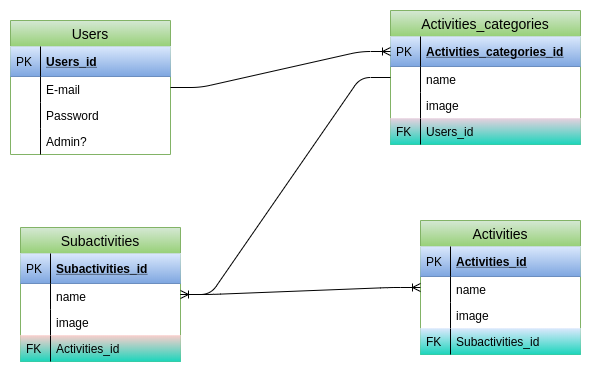
Before: modelo_lógico.png, a diagram exported from draw.io (Coke1412/Random_activities_app). Source tidied: cells renumbered, new cells last; positions are measured from the earlier drawing's top-left corner, leaving out a move shared by most shapes.
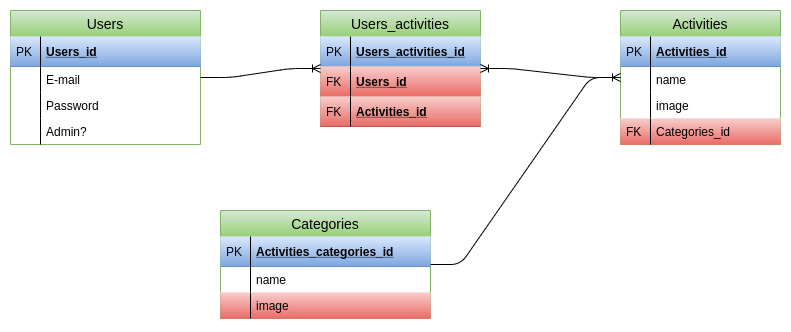
After the commit.

Diff of the diagram source:
```diff
@@ -1,123 +1,111 @@
 <mxGraphModel>
   <root>
-    <mxCell id="0" />
-    <mxCell id="1" parent="0" />
+    <mxCell id="41" />
+    <mxCell id="42" parent="41" />
-    <mxCell id="2" value="Users" style="swimlane;fontStyle=0;horizontal=1;startSize=26;fillColor=#d5e8d4;swimlaneFillColor=#ffffff;align=center;fontSize=14;strokeColor=#82b366;gradientColor=#97d077;" parent="1" vertex="1">
-      <mxGeometry y="10" width="160" height="134" as="geometry" />
+    <mxCell id="2" value="Users" style="swimlane;fontStyle=0;horizontal=1;startSize=26;fillColor=#d5e8d4;swimlaneFillColor=#ffffff;align=center;fontSize=14;strokeColor=#82b366;gradientColor=#97d077;" parent="42" vertex="1">
+      <mxGeometry x="10" y="40" width="190" height="134" as="geometry" />
     </mxCell>
     <mxCell id="3" value="Users_id" style="shape=partialRectangle;top=0;left=0;right=0;bottom=1;align=left;verticalAlign=middle;fillColor=#dae8fc;spacingLeft=34;spacingRight=4;overflow=hidden;fontStyle=5;fontSize=12;gradientColor=#7ea6e0;strokeColor=#6c8ebf;" parent="2" vertex="1">
-      <mxGeometry y="26" width="160" height="30" as="geometry" />
+      <mxGeometry y="26" width="190" height="30" as="geometry" />
     </mxCell>
-    <mxCell id="4" value="PK" style="shape=partialRectangle;top=0;left=0;bottom=0;fillColor=none;align=left;verticalAlign=middle;spacingLeft=4;spacingRight=4;overflow=hidden;fontSize=12;" parent="3" vertex="1">
-      <mxGeometry width="30" height="30" as="geometry" />
-    </mxCell>
+    <mxCell id="43" value="PK" style="shape=partialRectangle;top=0;left=0;bottom=0;fillColor=none;align=left;verticalAlign=middle;spacingLeft=4;spacingRight=4;overflow=hidden;fontSize=12;" parent="3" vertex="1">
+      <mxGeometry width="30" height="30" as="geometry" />
+    </mxCell>
     <mxCell id="5" value="E-mail" style="shape=partialRectangle;top=0;left=0;right=0;bottom=0;align=left;verticalAlign=top;fillColor=none;spacingLeft=34;spacingRight=4;overflow=hidden;fontSize=12;" parent="2" vertex="1">
-      <mxGeometry y="56" width="160" height="26" as="geometry" />
+      <mxGeometry y="56" width="190" height="26" as="geometry" />
     </mxCell>
-    <mxCell id="6" style="shape=partialRectangle;top=0;left=0;bottom=0;fillColor=none;align=left;verticalAlign=top;spacingLeft=4;spacingRight=4;overflow=hidden;fontSize=12;" parent="5" vertex="1">
-      <mxGeometry width="30" height="26" as="geometry" />
-    </mxCell>
+    <mxCell id="44" style="shape=partialRectangle;top=0;left=0;bottom=0;fillColor=none;align=left;verticalAlign=top;spacingLeft=4;spacingRight=4;overflow=hidden;fontSize=12;" parent="5" vertex="1">
+      <mxGeometry width="30" height="26" as="geometry" />
+    </mxCell>
     <mxCell id="7" value="Password" style="shape=partialRectangle;top=0;left=0;right=0;bottom=0;align=left;verticalAlign=top;fillColor=none;spacingLeft=34;spacingRight=4;overflow=hidden;fontSize=12;" parent="2" vertex="1">
-      <mxGeometry y="82" width="160" height="26" as="geometry" />
+      <mxGeometry y="82" width="190" height="26" as="geometry" />
     </mxCell>
-    <mxCell id="8" style="shape=partialRectangle;top=0;left=0;bottom=0;fillColor=none;align=left;verticalAlign=top;spacingLeft=4;spacingRight=4;overflow=hidden;fontSize=12;" parent="7" vertex="1">
-      <mxGeometry width="30" height="26" as="geometry" />
-    </mxCell>
+    <mxCell id="45" style="shape=partialRectangle;top=0;left=0;bottom=0;fillColor=none;align=left;verticalAlign=top;spacingLeft=4;spacingRight=4;overflow=hidden;fontSize=12;" parent="7" vertex="1">
+      <mxGeometry width="30" height="26" as="geometry" />
+    </mxCell>
-    <mxCell id="9" value="Admin?" style="shape=partialRectangle;top=0;left=0;right=0;bottom=0;align=left;verticalAlign=top;fillColor=none;spacingLeft=34;spacingRight=4;overflow=hidden;fontSize=12;" parent="2" vertex="1">
-      <mxGeometry y="108" width="160" height="26" as="geometry" />
+    <mxCell id="9" value="Admin? " style="shape=partialRectangle;top=0;left=0;right=0;bottom=0;align=left;verticalAlign=top;fillColor=none;spacingLeft=34;spacingRight=4;overflow=hidden;fontSize=12;" parent="2" vertex="1">
+      <mxGeometry y="108" width="190" height="26" as="geometry" />
     </mxCell>
-    <mxCell id="10" style="shape=partialRectangle;top=0;left=0;bottom=0;fillColor=none;align=left;verticalAlign=top;spacingLeft=4;spacingRight=4;overflow=hidden;fontSize=12;" parent="9" vertex="1">
-      <mxGeometry width="30" height="26" as="geometry" />
-    </mxCell>
-    <mxCell id="11" value="Activities_categories" style="swimlane;fontStyle=0;horizontal=1;startSize=26;fillColor=#d5e8d4;swimlaneFillColor=#ffffff;align=center;fontSize=14;gradientColor=#97d077;strokeColor=#82b366;" parent="1" vertex="1">
-      <mxGeometry x="380" width="190" height="134" as="geometry" />
-    </mxCell>
+    <mxCell id="46" style="shape=partialRectangle;top=0;left=0;bottom=0;fillColor=none;align=left;verticalAlign=top;spacingLeft=4;spacingRight=4;overflow=hidden;fontSize=12;" parent="9" vertex="1">
+      <mxGeometry width="30" height="26" as="geometry" />
+    </mxCell>
+    <mxCell id="47" value="Categories" style="swimlane;fontStyle=0;horizontal=1;startSize=26;fillColor=#d5e8d4;swimlaneFillColor=#ffffff;align=center;fontSize=14;gradientColor=#97d077;strokeColor=#82b366;" parent="42" vertex="1">
+      <mxGeometry x="220" y="240" width="210" height="108" as="geometry" />
+    </mxCell>
-    <mxCell id="12" value="Activities_categories_id" style="shape=partialRectangle;top=0;left=0;right=0;bottom=1;align=left;verticalAlign=middle;fillColor=#dae8fc;spacingLeft=34;spacingRight=4;overflow=hidden;points=[[0,0.5],[1,0.5]];portConstraint=eastwest;fontStyle=5;fontSize=12;gradientColor=#7ea6e0;strokeColor=#6c8ebf;" parent="11" vertex="1">
-      <mxGeometry y="26" width="190" height="30" as="geometry" />
+    <mxCell id="12" value="Activities_categories_id" style="shape=partialRectangle;top=0;left=0;right=0;bottom=1;align=left;verticalAlign=middle;fillColor=#dae8fc;spacingLeft=34;spacingRight=4;overflow=hidden;points=[[0,0.5],[1,0.5]];portConstraint=eastwest;fontStyle=5;fontSize=12;gradientColor=#7ea6e0;strokeColor=#6c8ebf;" parent="47" vertex="1">
+      <mxGeometry y="26" width="210" height="30" as="geometry" />
     </mxCell>
-    <mxCell id="13" value="PK" style="shape=partialRectangle;top=0;left=0;bottom=0;fillColor=none;align=left;verticalAlign=middle;spacingLeft=4;spacingRight=4;overflow=hidden;fontSize=12;" parent="12" vertex="1">
-      <mxGeometry width="30" height="30" as="geometry" />
-    </mxCell>
-    <mxCell id="14" value="name" style="shape=partialRectangle;top=0;left=0;right=0;bottom=0;align=left;verticalAlign=top;fillColor=none;spacingLeft=34;spacingRight=4;overflow=hidden;fontSize=12;" parent="11" vertex="1">
-      <mxGeometry y="56" width="190" height="26" as="geometry" />
-    </mxCell>
-    <mxCell id="15" style="shape=partialRectangle;top=0;left=0;bottom=0;fillColor=none;align=left;verticalAlign=top;spacingLeft=4;spacingRight=4;overflow=hidden;fontSize=12;" parent="14" vertex="1">
-      <mxGeometry width="30" height="26" as="geometry" />
-    </mxCell>
-    <mxCell id="16" value="image" style="shape=partialRectangle;top=0;left=0;right=0;bottom=0;align=left;verticalAlign=top;fillColor=none;spacingLeft=34;spacingRight=4;overflow=hidden;fontSize=12;" parent="11" vertex="1">
-      <mxGeometry y="82" width="190" height="26" as="geometry" />
-    </mxCell>
-    <mxCell id="17" style="shape=partialRectangle;top=0;left=0;bottom=0;fillColor=none;align=left;verticalAlign=top;spacingLeft=4;spacingRight=4;overflow=hidden;fontSize=12;" parent="16" vertex="1">
-      <mxGeometry width="30" height="26" as="geometry" />
-    </mxCell>
-    <mxCell id="18" value="Users_id" style="shape=partialRectangle;top=0;left=0;right=0;bottom=0;align=left;verticalAlign=top;fillColor=#e6d0de;spacingLeft=34;spacingRight=4;overflow=hidden;fontSize=12;gradientColor=#1CD5BC;strokeColor=#996185;" parent="11" vertex="1">
-      <mxGeometry y="108" width="190" height="26" as="geometry" />
-    </mxCell>
-    <mxCell id="19" value="FK" style="shape=partialRectangle;top=0;left=0;bottom=0;fillColor=none;align=left;verticalAlign=top;spacingLeft=4;spacingRight=4;overflow=hidden;fontSize=12;" parent="18" vertex="1">
-      <mxGeometry width="30" height="26" as="geometry" />
-    </mxCell>
+    <mxCell id="48" value="PK" style="shape=partialRectangle;top=0;left=0;bottom=0;fillColor=none;align=left;verticalAlign=middle;spacingLeft=4;spacingRight=4;overflow=hidden;fontSize=12;" parent="12" vertex="1">
+      <mxGeometry width="30" height="30" as="geometry" />
+    </mxCell>
+    <mxCell id="49" value="name " style="shape=partialRectangle;top=0;left=0;right=0;bottom=0;align=left;verticalAlign=top;fillColor=none;spacingLeft=34;spacingRight=4;overflow=hidden;fontSize=12;" parent="47" vertex="1">
+      <mxGeometry y="56" width="210" height="26" as="geometry" />
+    </mxCell>
+    <mxCell id="50" style="shape=partialRectangle;top=0;left=0;bottom=0;fillColor=none;align=left;verticalAlign=top;spacingLeft=4;spacingRight=4;overflow=hidden;fontSize=12;" parent="49" vertex="1">
+      <mxGeometry width="30" height="26" as="geometry" />
+    </mxCell>
+    <mxCell id="51" value="image " style="shape=partialRectangle;top=0;left=0;right=0;bottom=0;align=left;verticalAlign=top;fillColor=#f8cecc;spacingLeft=34;spacingRight=4;overflow=hidden;fontSize=12;gradientColor=#ea6b66;strokeColor=#b85450;" parent="47" vertex="1">
+      <mxGeometry y="82" width="210" height="26" as="geometry" />
+    </mxCell>
+    <mxCell id="52" style="shape=partialRectangle;top=0;left=0;bottom=0;fillColor=none;align=left;verticalAlign=top;spacingLeft=4;spacingRight=4;overflow=hidden;fontSize=12;" parent="51" vertex="1">
+      <mxGeometry width="30" height="26" as="geometry" />
+    </mxCell>
-    <mxCell id="20" value="Activities" style="swimlane;fontStyle=0;horizontal=1;startSize=26;fillColor=#d5e8d4;swimlaneFillColor=#ffffff;align=center;fontSize=14;gradientColor=#97d077;strokeColor=#82b366;" parent="1" vertex="1">
-      <mxGeometry x="410" y="210" width="160" height="134" as="geometry" />
+    <mxCell id="20" value="Activities" style="swimlane;fontStyle=0;horizontal=1;startSize=26;fillColor=#d5e8d4;swimlaneFillColor=#ffffff;align=center;fontSize=14;gradientColor=#97d077;strokeColor=#82b366;" parent="42" vertex="1">
+      <mxGeometry x="620" y="40" width="160" height="134" as="geometry" />
     </mxCell>
     <mxCell id="21" value="Activities_id" style="shape=partialRectangle;top=0;left=0;right=0;bottom=1;align=left;verticalAlign=middle;spacingLeft=34;spacingRight=4;overflow=hidden;fontStyle=5;fontSize=12;fillColor=#dae8fc;strokeColor=#6c8ebf;gradientColor=#7ea6e0;" parent="20" vertex="1">
       <mxGeometry y="26" width="160" height="30" as="geometry" />
     </mxCell>
-    <mxCell id="22" value="PK" style="shape=partialRectangle;top=0;left=0;bottom=0;fillColor=none;align=left;verticalAlign=middle;spacingLeft=4;spacingRight=4;overflow=hidden;fontSize=12;" parent="21" vertex="1">
-      <mxGeometry width="30" height="30" as="geometry" />
-    </mxCell>
-    <mxCell id="23" value="name" style="shape=partialRectangle;top=0;left=0;right=0;bottom=0;align=left;verticalAlign=top;fillColor=none;spacingLeft=34;spacingRight=4;overflow=hidden;fontSize=12;" parent="20" vertex="1">
-      <mxGeometry y="56" width="160" height="26" as="geometry" />
-    </mxCell>
-    <mxCell id="24" style="shape=partialRectangle;top=0;left=0;bottom=0;fillColor=none;align=left;verticalAlign=top;spacingLeft=4;spacingRight=4;overflow=hidden;fontSize=12;" parent="23" vertex="1">
-      <mxGeometry width="30" height="26" as="geometry" />
-    </mxCell>
-    <mxCell id="25" value="image" style="shape=partialRectangle;top=0;left=0;right=0;bottom=0;align=left;verticalAlign=top;fillColor=none;spacingLeft=34;spacingRight=4;overflow=hidden;fontSize=12;" parent="20" vertex="1">
-      <mxGeometry y="82" width="160" height="26" as="geometry" />
-    </mxCell>
-    <mxCell id="26" style="shape=partialRectangle;top=0;left=0;bottom=0;fillColor=none;align=left;verticalAlign=top;spacingLeft=4;spacingRight=4;overflow=hidden;fontSize=12;" parent="25" vertex="1">
-      <mxGeometry width="30" height="26" as="geometry" />
-    </mxCell>
-    <mxCell id="27" value="Subactivities_id" style="shape=partialRectangle;top=0;left=0;right=0;bottom=0;align=left;verticalAlign=top;fillColor=#dae8fc;spacingLeft=34;spacingRight=4;overflow=hidden;fontSize=12;gradientColor=#1CD5BC;strokeColor=#6c8ebf;" parent="20" vertex="1">
-      <mxGeometry y="108" width="160" height="26" as="geometry" />
-    </mxCell>
-    <mxCell id="28" value="FK" style="shape=partialRectangle;top=0;left=0;bottom=0;fillColor=none;align=left;verticalAlign=top;spacingLeft=4;spacingRight=4;overflow=hidden;fontSize=12;" parent="27" vertex="1">
-      <mxGeometry width="30" height="26" as="geometry" />
-    </mxCell>
-    <mxCell id="29" style="edgeStyle=entityRelationEdgeStyle;fontSize=12;html=1;endArrow=ERoneToMany;" parent="1" edge="1" source="2" target="12">
-      <mxGeometry relative="1" as="geometry" />
-    </mxCell>
-    <mxCell id="30" value="Subactivities" style="swimlane;fontStyle=0;horizontal=1;startSize=26;fillColor=#d5e8d4;swimlaneFillColor=#ffffff;align=center;fontSize=14;gradientColor=#97d077;strokeColor=#82b366;" parent="1" vertex="1">
-      <mxGeometry x="10" y="217" width="160" height="134" as="geometry" />
-    </mxCell>
-    <mxCell id="31" value="Subactivities_id" style="shape=partialRectangle;top=0;left=0;right=0;bottom=1;align=left;verticalAlign=middle;fillColor=#dae8fc;spacingLeft=34;spacingRight=4;overflow=hidden;fontStyle=5;fontSize=12;gradientColor=#7ea6e0;strokeColor=#6c8ebf;" parent="30" vertex="1">
-      <mxGeometry y="26" width="160" height="30" as="geometry" />
-    </mxCell>
-    <mxCell id="32" value="PK" style="shape=partialRectangle;top=0;left=0;bottom=0;fillColor=none;align=left;verticalAlign=middle;spacingLeft=4;spacingRight=4;overflow=hidden;fontSize=12;" parent="31" vertex="1">
-      <mxGeometry width="30" height="30" as="geometry" />
-    </mxCell>
-    <mxCell id="33" value="name" style="shape=partialRectangle;top=0;left=0;right=0;bottom=0;align=left;verticalAlign=top;fillColor=none;spacingLeft=34;spacingRight=4;overflow=hidden;fontSize=12;" parent="30" vertex="1">
-      <mxGeometry y="56" width="160" height="26" as="geometry" />
-    </mxCell>
-    <mxCell id="34" style="shape=partialRectangle;top=0;left=0;bottom=0;fillColor=none;align=left;verticalAlign=top;spacingLeft=4;spacingRight=4;overflow=hidden;fontSize=12;" parent="33" vertex="1">
-      <mxGeometry width="30" height="26" as="geometry" />
-    </mxCell>
-    <mxCell id="35" value="image" style="shape=partialRectangle;top=0;left=0;right=0;bottom=0;align=left;verticalAlign=top;fillColor=none;spacingLeft=34;spacingRight=4;overflow=hidden;fontSize=12;" parent="30" vertex="1">
-      <mxGeometry y="82" width="160" height="26" as="geometry" />
-    </mxCell>
-    <mxCell id="36" style="shape=partialRectangle;top=0;left=0;bottom=0;fillColor=none;align=left;verticalAlign=top;spacingLeft=4;spacingRight=4;overflow=hidden;fontSize=12;" parent="35" vertex="1">
-      <mxGeometry width="30" height="26" as="geometry" />
-    </mxCell>
+    <mxCell id="53" value="PK" style="shape=partialRectangle;top=0;left=0;bottom=0;fillColor=none;align=left;verticalAlign=middle;spacingLeft=4;spacingRight=4;overflow=hidden;fontSize=12;" parent="21" vertex="1">
+      <mxGeometry width="30" height="30" as="geometry" />
+    </mxCell>
+    <mxCell id="54" value="name " style="shape=partialRectangle;top=0;left=0;right=0;bottom=0;align=left;verticalAlign=top;fillColor=none;spacingLeft=34;spacingRight=4;overflow=hidden;fontSize=12;" parent="20" vertex="1">
+      <mxGeometry y="56" width="160" height="26" as="geometry" />
+    </mxCell>
+    <mxCell id="55" style="shape=partialRectangle;top=0;left=0;bottom=0;fillColor=none;align=left;verticalAlign=top;spacingLeft=4;spacingRight=4;overflow=hidden;fontSize=12;" parent="54" vertex="1">
+      <mxGeometry width="30" height="26" as="geometry" />
+    </mxCell>
+    <mxCell id="56" value="image" style="shape=partialRectangle;top=0;left=0;right=0;bottom=0;align=left;verticalAlign=top;fillColor=none;spacingLeft=34;spacingRight=4;overflow=hidden;fontSize=12;" parent="20" vertex="1">
+      <mxGeometry y="82" width="160" height="26" as="geometry" />
+    </mxCell>
+    <mxCell id="57" style="shape=partialRectangle;top=0;left=0;bottom=0;fillColor=none;align=left;verticalAlign=top;spacingLeft=4;spacingRight=4;overflow=hidden;fontSize=12;" parent="56" vertex="1">
+      <mxGeometry width="30" height="26" as="geometry" />
+    </mxCell>
+    <mxCell id="58" value="Categories_id" style="shape=partialRectangle;top=0;left=0;right=0;bottom=0;align=left;verticalAlign=top;fillColor=#f8cecc;spacingLeft=34;spacingRight=4;overflow=hidden;fontSize=12;strokeColor=#b85450;gradientColor=#ea6b66;" parent="20" vertex="1">
+      <mxGeometry y="108" width="160" height="26" as="geometry" />
+    </mxCell>
+    <mxCell id="59" value="FK" style="shape=partialRectangle;top=0;left=0;bottom=0;fillColor=none;align=left;verticalAlign=top;spacingLeft=4;spacingRight=4;overflow=hidden;fontSize=12;" parent="58" vertex="1">
+      <mxGeometry width="30" height="26" as="geometry" />
+    </mxCell>
+    <mxCell id="60" value="Users_activities" style="swimlane;fontStyle=0;horizontal=1;startSize=26;fillColor=#d5e8d4;swimlaneFillColor=#ffffff;align=center;fontSize=14;strokeColor=#82b366;gradientColor=#97d077;" parent="42" vertex="1">
+      <mxGeometry x="320" y="40" width="160" height="116" as="geometry" />
+    </mxCell>
+    <mxCell id="61" value="Users_activities_id" style="shape=partialRectangle;top=0;left=0;right=0;bottom=1;align=left;verticalAlign=middle;fillColor=#dae8fc;spacingLeft=34;spacingRight=4;overflow=hidden;fontStyle=5;fontSize=12;gradientColor=#7ea6e0;strokeColor=#6c8ebf;" parent="60" vertex="1">
+      <mxGeometry y="26" width="160" height="30" as="geometry" />
+    </mxCell>
+    <mxCell id="62" value="PK" style="shape=partialRectangle;top=0;left=0;bottom=0;fillColor=none;align=left;verticalAlign=middle;spacingLeft=4;spacingRight=4;overflow=hidden;fontSize=12;" parent="61" vertex="1">
+      <mxGeometry width="30" height="30" as="geometry" />
+    </mxCell>
+    <mxCell id="18" value="Users_id" style="shape=partialRectangle;top=0;left=0;right=0;bottom=1;align=left;verticalAlign=middle;fillColor=#f8cecc;spacingLeft=34;spacingRight=4;overflow=hidden;fontStyle=5;fontSize=12;gradientColor=#ea6b66;strokeColor=#b85450;" parent="60" vertex="1">
+      <mxGeometry y="56" width="160" height="30" as="geometry" />
+    </mxCell>
+    <mxCell id="63" value="FK" style="shape=partialRectangle;top=0;left=0;bottom=0;fillColor=none;align=left;verticalAlign=middle;spacingLeft=4;spacingRight=4;overflow=hidden;fontSize=12;" parent="18" vertex="1">
+      <mxGeometry width="30" height="30" as="geometry" />
+    </mxCell>
-    <mxCell id="37" value="Activities_id" style="shape=partialRectangle;top=0;left=0;right=0;bottom=0;align=left;verticalAlign=top;fillColor=#f8cecc;spacingLeft=34;spacingRight=4;overflow=hidden;fontSize=12;gradientColor=#1CD5BC;strokeColor=#b85450;" parent="30" vertex="1">
-      <mxGeometry y="108" width="160" height="26" as="geometry" />
+    <mxCell id="37" value="Activities_id" style="shape=partialRectangle;top=0;left=0;right=0;bottom=1;align=left;verticalAlign=middle;fillColor=#f8cecc;spacingLeft=34;spacingRight=4;overflow=hidden;fontStyle=5;fontSize=12;gradientColor=#ea6b66;strokeColor=#b85450;" parent="60" vertex="1">
+      <mxGeometry y="86" width="160" height="30" as="geometry" />
     </mxCell>
-    <mxCell id="38" value="FK" style="shape=partialRectangle;top=0;left=0;bottom=0;fillColor=none;align=left;verticalAlign=top;spacingLeft=4;spacingRight=4;overflow=hidden;fontSize=12;" parent="37" vertex="1">
-      <mxGeometry width="30" height="26" as="geometry" />
-    </mxCell>
-    <mxCell id="39" style="edgeStyle=entityRelationEdgeStyle;fontSize=12;html=1;endArrow=ERoneToMany;" parent="1" edge="1" source="11" target="30">
-      <mxGeometry relative="1" as="geometry" />
-    </mxCell>
-    <mxCell id="40" style="edgeStyle=entityRelationEdgeStyle;fontSize=12;html=1;endArrow=ERoneToMany;" parent="1" edge="1" source="30" target="20">
-      <mxGeometry relative="1" as="geometry" />
-    </mxCell>
+    <mxCell id="64" value="FK" style="shape=partialRectangle;top=0;left=0;bottom=0;fillColor=none;align=left;verticalAlign=middle;spacingLeft=4;spacingRight=4;overflow=hidden;fontSize=12;" parent="37" vertex="1">
+      <mxGeometry width="30" height="30" as="geometry" />
+    </mxCell>
+    <mxCell id="65" style="edgeStyle=entityRelationEdgeStyle;fontSize=12;html=1;endArrow=ERoneToMany;" parent="42" edge="1" source="47" target="20">
+      <mxGeometry relative="1" as="geometry" />
+    </mxCell>
+    <mxCell id="66" style="edgeStyle=entityRelationEdgeStyle;fontSize=12;html=1;endArrow=ERoneToMany;" parent="42" edge="1" source="2" target="60">
+      <mxGeometry relative="1" as="geometry" />
+    </mxCell>
+    <mxCell id="67" style="edgeStyle=entityRelationEdgeStyle;fontSize=12;html=1;endArrow=ERoneToMany;" parent="42" edge="1" source="20" target="60">
+      <mxGeometry relative="1" as="geometry" />
+    </mxCell>
   </root>
 </mxGraphModel>
```
